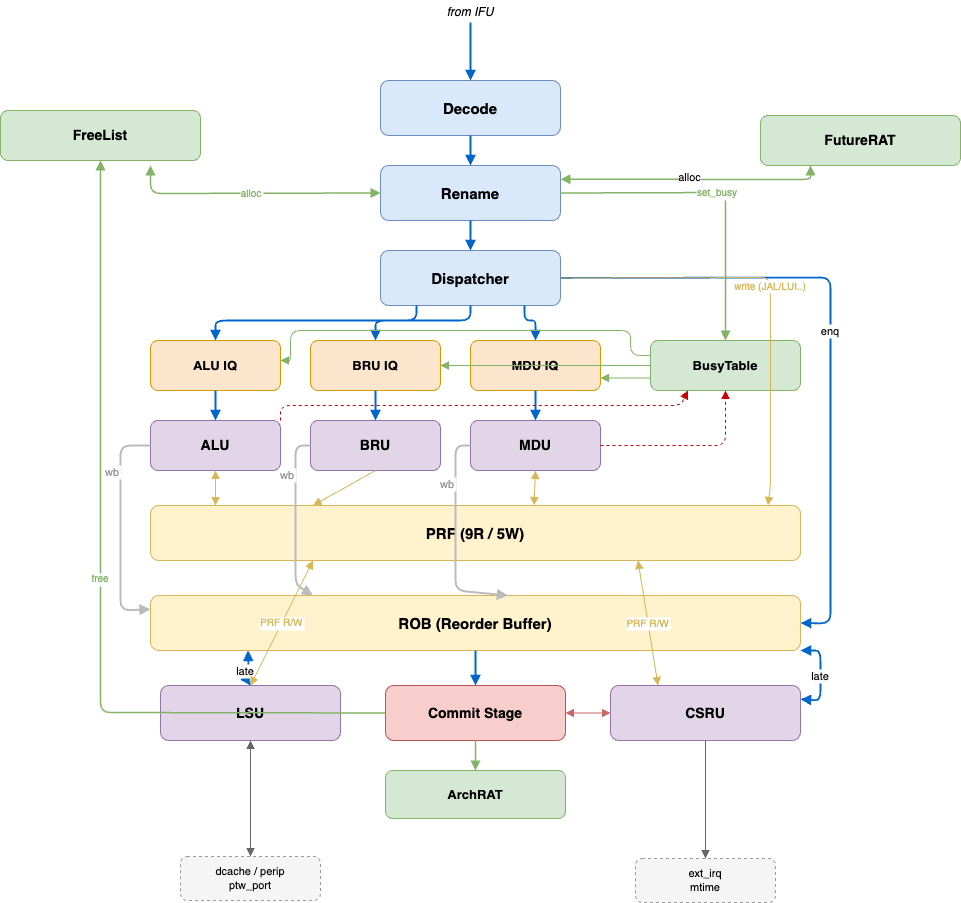
Earlier version of the draw.io export main/images/backend-arch.png (KINGFIOX/hitsz-bachelor-typst). Source tidied: cells renumbered, new cells last; positions are measured from the earlier drawing's top-left corner, leaving out a move shared by most shapes.
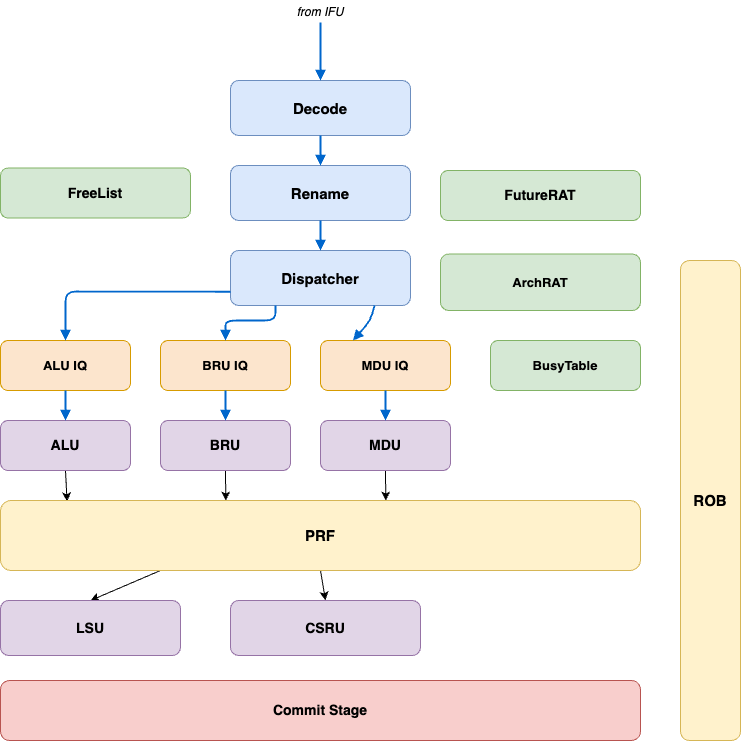
After the commit.

What changed in the source:
```diff
@@ -3,10 +3,10 @@
     <mxCell id="0" />
     <mxCell id="1" parent="0" />
     <mxCell id="2" value="FreeList" style="rounded=1;whiteSpace=wrap;fillColor=#d5e8d4;strokeColor=#82b366;fontSize=14;fontStyle=1;" parent="1" vertex="1">
-      <mxGeometry y="110" width="200" height="50" as="geometry" />
+      <mxGeometry x="150" y="167.5" width="190" height="50" as="geometry" />
     </mxCell>
     <mxCell id="3" value="FutureRAT" style="rounded=1;whiteSpace=wrap;fillColor=#d5e8d4;strokeColor=#82b366;fontSize=14;fontStyle=1;" parent="1" vertex="1">
-      <mxGeometry x="760" y="115" width="200" height="50" as="geometry" />
+      <mxGeometry x="590" y="170" width="200" height="50" as="geometry" />
     </mxCell>
     <mxCell id="4" value="from IFU" style="text;align=center;verticalAlign=middle;points=[];strokeColor=none;fillColor=none;fontSize=12;fontStyle=2;" parent="1" vertex="1">
       <mxGeometry x="410" width="120" height="22" as="geometry" />
@@ -30,41 +30,50 @@
       <mxGeometry x="470" y="340" width="130" height="50" as="geometry" />
     </mxCell>
     <mxCell id="11" value="BusyTable" style="rounded=1;whiteSpace=wrap;fillColor=#d5e8d4;strokeColor=#82b366;fontSize=13;fontStyle=1;" parent="1" vertex="1">
-      <mxGeometry x="650" y="340" width="150" height="50" as="geometry" />
+      <mxGeometry x="640" y="340" width="150" height="50" as="geometry" />
     </mxCell>
+    <mxCell id="36" style="edgeStyle=none;html=1;exitX=0.5;exitY=1;exitDx=0;exitDy=0;entryX=0.104;entryY=0.013;entryDx=0;entryDy=0;entryPerimeter=0;fillColor=#3333FF;" parent="1" edge="1" source="12" target="15">
+      <mxGeometry relative="1" as="geometry" />
+    </mxCell>
     <mxCell id="12" value="ALU" style="rounded=1;whiteSpace=wrap;fillColor=#e1d5e7;strokeColor=#9673a6;fontSize=14;fontStyle=1;" parent="1" vertex="1">
       <mxGeometry x="150" y="420" width="130" height="50" as="geometry" />
     </mxCell>
+    <mxCell id="37" style="edgeStyle=none;html=1;exitX=0.5;exitY=1;exitDx=0;exitDy=0;entryX=0.352;entryY=0;entryDx=0;entryDy=0;entryPerimeter=0;" parent="1" edge="1" source="13" target="15">
+      <mxGeometry relative="1" as="geometry" />
+    </mxCell>
     <mxCell id="13" value="BRU" style="rounded=1;whiteSpace=wrap;fillColor=#e1d5e7;strokeColor=#9673a6;fontSize=14;fontStyle=1;" parent="1" vertex="1">
       <mxGeometry x="310" y="420" width="130" height="50" as="geometry" />
     </mxCell>
+    <mxCell id="38" style="edgeStyle=none;html=1;exitX=0.5;exitY=1;exitDx=0;exitDy=0;entryX=0.602;entryY=0;entryDx=0;entryDy=0;entryPerimeter=0;" parent="1" edge="1" source="14" target="15">
+      <mxGeometry relative="1" as="geometry" />
+    </mxCell>
     <mxCell id="14" value="MDU" style="rounded=1;whiteSpace=wrap;fillColor=#e1d5e7;strokeColor=#9673a6;fontSize=14;fontStyle=1;" parent="1" vertex="1">
       <mxGeometry x="470" y="420" width="130" height="50" as="geometry" />
     </mxCell>
+    <mxCell id="59" style="edgeStyle=none;html=1;exitX=0.5;exitY=1;exitDx=0;exitDy=0;entryX=0.5;entryY=0;entryDx=0;entryDy=0;" parent="1" edge="1" source="15" target="19">
+      <mxGeometry relative="1" as="geometry" />
+    </mxCell>
+    <mxCell id="60" style="edgeStyle=none;html=1;exitX=0.25;exitY=1;exitDx=0;exitDy=0;entryX=0.5;entryY=0;entryDx=0;entryDy=0;" parent="1" edge="1" source="15" target="17">
+      <mxGeometry relative="1" as="geometry" />
+    </mxCell>
-    <mxCell id="15" value="PRF (9R / 5W)" style="rounded=1;whiteSpace=wrap;fillColor=#fff2cc;strokeColor=#d6b656;fontSize=15;fontStyle=1;" parent="1" vertex="1">
-      <mxGeometry x="150" y="505" width="650" height="55" as="geometry" />
+    <mxCell id="15" value="PRF" style="rounded=1;whiteSpace=wrap;fillColor=#fff2cc;strokeColor=#d6b656;fontSize=15;fontStyle=1;" parent="1" vertex="1">
+      <mxGeometry x="150" y="500" width="640" height="70" as="geometry" />
     </mxCell>
-    <mxCell id="16" value="ROB (Reorder Buffer)" style="rounded=1;whiteSpace=wrap;fillColor=#fff2cc;strokeColor=#d6b656;fontSize=15;fontStyle=1;" parent="1" vertex="1">
-      <mxGeometry x="150" y="595" width="650" height="55" as="geometry" />
+    <mxCell id="16" value="ROB" style="rounded=1;whiteSpace=wrap;fillColor=#fff2cc;strokeColor=#d6b656;fontSize=15;fontStyle=1;" parent="1" vertex="1">
+      <mxGeometry x="830" y="260" width="60" height="480" as="geometry" />
     </mxCell>
     <mxCell id="17" value="LSU" style="rounded=1;whiteSpace=wrap;fillColor=#e1d5e7;strokeColor=#9673a6;fontSize=14;fontStyle=1;" parent="1" vertex="1">
-      <mxGeometry x="160" y="685" width="180" height="55" as="geometry" />
+      <mxGeometry x="150" y="600" width="180" height="55" as="geometry" />
     </mxCell>
     <mxCell id="18" value="Commit Stage" style="rounded=1;whiteSpace=wrap;fillColor=#f8cecc;strokeColor=#b85450;fontSize=14;fontStyle=1;" parent="1" vertex="1">
-      <mxGeometry x="385" y="685" width="180" height="55" as="geometry" />
+      <mxGeometry x="150" y="680" width="640" height="60" as="geometry" />
     </mxCell>
     <mxCell id="19" value="CSRU" style="rounded=1;whiteSpace=wrap;fillColor=#e1d5e7;strokeColor=#9673a6;fontSize=14;fontStyle=1;" parent="1" vertex="1">
-      <mxGeometry x="610" y="685" width="190" height="55" as="geometry" />
+      <mxGeometry x="380" y="600" width="190" height="55" as="geometry" />
     </mxCell>
     <mxCell id="20" value="ArchRAT" style="rounded=1;whiteSpace=wrap;fillColor=#d5e8d4;strokeColor=#82b366;fontSize=13;fontStyle=1;" parent="1" vertex="1">
-      <mxGeometry x="385" y="770" width="180" height="48" as="geometry" />
+      <mxGeometry x="590" y="253.5" width="200" height="56.5" as="geometry" />
     </mxCell>
-    <mxCell id="21" value="dcache / perip&#10;ptw_port" style="rounded=1;whiteSpace=wrap;fillColor=#f5f5f5;strokeColor=#999999;fontSize=11;dashed=1;" parent="1" vertex="1">
-      <mxGeometry x="180" y="856" width="140" height="44" as="geometry" />
-    </mxCell>
-    <mxCell id="22" value="ext_irq&#10;mtime" style="rounded=1;whiteSpace=wrap;fillColor=#f5f5f5;strokeColor=#999999;fontSize=11;dashed=1;" parent="1" vertex="1">
-      <mxGeometry x="635" y="858" width="140" height="44" as="geometry" />
-    </mxCell>
     <mxCell id="23" style="endArrow=block;endFill=1;rounded=1;strokeWidth=1.8;strokeColor=#0066CC;" parent="1" edge="1" source="4" target="5">
       <mxGeometry relative="1" as="geometry" />
     </mxCell>
@@ -74,27 +83,26 @@
     <mxCell id="25" style="endArrow=block;endFill=1;rounded=1;strokeWidth=1.8;strokeColor=#0066CC;" parent="1" edge="1" source="6" target="7">
       <mxGeometry relative="1" as="geometry" />
     </mxCell>
-    <mxCell id="26" style="endArrow=block;endFill=1;rounded=1;strokeWidth=1.8;strokeColor=#0066CC;exitX=0.2;exitY=1;exitDx=0;exitDy=0;entryX=0.5;entryY=0;entryDx=0;entryDy=0;" parent="1" edge="1" source="7" target="8">
+    <mxCell id="26" style="endArrow=block;endFill=1;rounded=1;strokeWidth=1.8;strokeColor=#0066CC;exitX=0;exitY=0.75;exitDx=0;exitDy=0;entryX=0.5;entryY=0;entryDx=0;entryDy=0;" parent="1" edge="1" source="7" target="8">
       <mxGeometry relative="1" as="geometry">
         <Array as="points">
-          <mxPoint x="416" y="320" />
+          <mxPoint x="215" y="291" />
           <mxPoint x="215" y="320" />
         </Array>
       </mxGeometry>
     </mxCell>
-    <mxCell id="27" style="endArrow=block;endFill=1;rounded=1;strokeWidth=1.8;strokeColor=#0066CC;exitX=0.5;exitY=1;exitDx=0;exitDy=0;entryX=0.5;entryY=0;entryDx=0;entryDy=0;" parent="1" edge="1" source="7" target="9">
+    <mxCell id="27" style="endArrow=block;endFill=1;rounded=1;strokeWidth=1.8;strokeColor=#0066CC;exitX=0.25;exitY=1;exitDx=0;exitDy=0;entryX=0.5;entryY=0;entryDx=0;entryDy=0;" parent="1" edge="1" source="7" target="9">
       <mxGeometry relative="1" as="geometry">
         <Array as="points">
-          <mxPoint x="470" y="320" />
+          <mxPoint x="425" y="320" />
           <mxPoint x="375" y="320" />
         </Array>
       </mxGeometry>
     </mxCell>
-    <mxCell id="28" style="endArrow=block;endFill=1;rounded=1;strokeWidth=1.8;strokeColor=#0066CC;exitX=0.8;exitY=1;exitDx=0;exitDy=0;entryX=0.5;entryY=0;entryDx=0;entryDy=0;" parent="1" edge="1" source="7" target="10">
+    <mxCell id="28" style="endArrow=block;endFill=1;rounded=1;strokeWidth=1.8;strokeColor=#0066CC;exitX=0.8;exitY=1;exitDx=0;exitDy=0;entryX=0.25;entryY=0;entryDx=0;entryDy=0;" parent="1" edge="1" source="7" target="10">
       <mxGeometry relative="1" as="geometry">
         <Array as="points">
-          <mxPoint x="524" y="320" />
-          <mxPoint x="535" y="320" />
+          <mxPoint x="520" y="320" />
         </Array>
       </mxGeometry>
     </mxCell>
@@ -107,156 +115,5 @@
     <mxCell id="31" style="endArrow=block;endFill=1;rounded=1;strokeWidth=1.8;strokeColor=#0066CC;" parent="1" edge="1" source="10" target="14">
       <mxGeometry relative="1" as="geometry" />
     </mxCell>
-    <mxCell id="32" value="enq" style="endArrow=block;endFill=1;rounded=1;strokeWidth=1.8;strokeColor=#0066CC;exitX=1;exitY=0.5;exitDx=0;exitDy=0;entryX=1;entryY=0.5;entryDx=0;entryDy=0;fontSize=11;" parent="1" edge="1" source="7" target="16">
-      <mxGeometry relative="1" as="geometry">
-        <Array as="points">
-          <mxPoint x="830" y="277" />
-          <mxPoint x="830" y="623" />
-        </Array>
-      </mxGeometry>
-    </mxCell>
-    <mxCell id="33" value="wb" style="endArrow=block;endFill=1;rounded=1;strokeWidth=2;strokeColor=#BBBBBB;exitX=0;exitY=0.5;exitDx=0;exitDy=0;entryX=0;entryY=0.25;entryDx=0;entryDy=0;fontSize=11;fontColor=#999999;" parent="1" edge="1" source="12" target="16">
-      <mxGeometry x="-0.5" y="-8" relative="1" as="geometry">
-        <Array as="points">
-          <mxPoint x="120" y="445" />
-          <mxPoint x="120" y="610" />
-        </Array>
-      </mxGeometry>
-    </mxCell>
-    <mxCell id="34" value="wb" style="endArrow=block;endFill=1;rounded=1;strokeWidth=2;strokeColor=#BBBBBB;exitX=0;exitY=0.5;exitDx=0;exitDy=0;entryX=0.25;entryY=0;entryDx=0;entryDy=0;fontSize=11;fontColor=#999999;" parent="1" edge="1" source="13" target="16">
-      <mxGeometry x="-0.5" y="-8" relative="1" as="geometry">
-        <Array as="points">
-          <mxPoint x="295" y="445" />
-          <mxPoint x="295" y="584" />
-        </Array>
-      </mxGeometry>
-    </mxCell>
-    <mxCell id="35" value="wb" style="endArrow=block;endFill=1;rounded=1;strokeWidth=2;strokeColor=#BBBBBB;exitX=0;exitY=0.5;exitDx=0;exitDy=0;entryX=0.55;entryY=0;entryDx=0;entryDy=0;fontSize=11;fontColor=#999999;" parent="1" edge="1" source="14" target="16">
-      <mxGeometry x="-0.5" y="-8" relative="1" as="geometry">
-        <Array as="points">
-          <mxPoint x="455" y="445" />
-          <mxPoint x="455" y="590" />
-        </Array>
-      </mxGeometry>
-    </mxCell>
-    <mxCell id="36" style="endArrow=block;endFill=1;startArrow=block;startFill=1;rounded=1;strokeColor=#d6b656;exitX=0.5;exitY=1;exitDx=0;exitDy=0;entryX=0.1;entryY=0;entryDx=0;entryDy=0;" parent="1" edge="1" source="12" target="15">
-      <mxGeometry relative="1" as="geometry" />
-    </mxCell>
-    <mxCell id="37" style="endArrow=block;endFill=1;rounded=1;strokeColor=#d6b656;exitX=0.5;exitY=1;exitDx=0;exitDy=0;entryX=0.25;entryY=0;entryDx=0;entryDy=0;" parent="1" edge="1" source="13" target="15">
-      <mxGeometry relative="1" as="geometry" />
-    </mxCell>
-    <mxCell id="38" style="endArrow=block;endFill=1;startArrow=block;startFill=1;rounded=1;strokeColor=#d6b656;exitX=0.5;exitY=1;exitDx=0;exitDy=0;entryX=0.59;entryY=0;entryDx=0;entryDy=0;" parent="1" edge="1" source="14" target="15">
-      <mxGeometry relative="1" as="geometry" />
-    </mxCell>
-    <mxCell id="39" value="write (JAL/LUI..)" style="endArrow=block;endFill=1;rounded=1;strokeColor=#d6b656;exitX=1;exitY=0.5;exitDx=0;exitDy=0;entryX=0.95;entryY=0;entryDx=0;entryDy=0;fontSize=10;fontColor=#d6b656;" parent="1" edge="1" source="7" target="15">
-      <mxGeometry relative="1" as="geometry">
-        <Array as="points">
-          <mxPoint x="770" y="277" />
-          <mxPoint x="770" y="485" />
-        </Array>
-      </mxGeometry>
-    </mxCell>
-    <mxCell id="40" value="late" style="endArrow=block;endFill=1;startArrow=block;startFill=1;rounded=1;strokeWidth=1.8;strokeColor=#0066CC;exitX=0.15;exitY=1;exitDx=0;exitDy=0;entryX=0.5;entryY=0;entryDx=0;entryDy=0;fontSize=11;" parent="1" edge="1" source="16" target="17">
-      <mxGeometry relative="1" as="geometry">
-        <Array as="points">
-          <mxPoint x="248" y="670" />
-          <mxPoint x="240" y="670" />
-        </Array>
-      </mxGeometry>
-    </mxCell>
-    <mxCell id="41" value="late" style="endArrow=block;endFill=1;startArrow=block;startFill=1;rounded=1;strokeWidth=1.8;strokeColor=#0066CC;exitX=1;exitY=1;exitDx=0;exitDy=0;entryX=1;entryY=0.25;entryDx=0;entryDy=0;fontSize=11;" parent="1" edge="1" source="16" target="19">
-      <mxGeometry relative="1" as="geometry">
-        <Array as="points">
-          <mxPoint x="820" y="650" />
-          <mxPoint x="820" y="700" />
-        </Array>
-      </mxGeometry>
-    </mxCell>
-    <mxCell id="42" style="endArrow=block;endFill=1;rounded=1;strokeWidth=1.8;strokeColor=#0066CC;exitX=0.5;exitY=1;exitDx=0;exitDy=0;entryX=0.5;entryY=0;entryDx=0;entryDy=0;" parent="1" edge="1" source="16" target="18">
-      <mxGeometry relative="1" as="geometry" />
-    </mxCell>
-    <mxCell id="43" style="endArrow=block;endFill=1;startArrow=block;startFill=1;rounded=1;strokeColor=#CC6666;exitX=1;exitY=0.5;exitDx=0;exitDy=0;entryX=0;entryY=0.5;entryDx=0;entryDy=0;" parent="1" edge="1" source="18" target="19">
-      <mxGeometry relative="1" as="geometry" />
-    </mxCell>
-    <mxCell id="44" style="endArrow=block;endFill=1;startArrow=block;startFill=1;rounded=1;strokeColor=#82b366;strokeWidth=1.5;exitX=1;exitY=0.25;exitDx=0;exitDy=0;entryX=0.25;entryY=1;entryDx=0;entryDy=0;" parent="1" edge="1" source="6" target="3">
-      <mxGeometry relative="1" as="geometry">
-        <Array as="points">
-          <mxPoint x="810" y="179" />
-        </Array>
-      </mxGeometry>
-    </mxCell>
-    <mxCell id="45" value="alloc" style="edgeLabel;html=1;align=center;verticalAlign=middle;" parent="44" vertex="1">
-      <mxGeometry x="-0.03" y="2" relative="1" as="geometry" />
-    </mxCell>
-    <mxCell id="46" value="alloc" style="endArrow=block;endFill=1;startArrow=block;startFill=1;rounded=1;strokeColor=#82b366;strokeWidth=1.5;exitX=0;exitY=0.5;exitDx=0;exitDy=0;fontSize=10;fontColor=#82b366;" parent="1" edge="1" source="6">
-      <mxGeometry relative="1" as="geometry">
-        <mxPoint x="150" y="165" as="targetPoint" />
-        <Array as="points">
-          <mxPoint x="150" y="193" />
-        </Array>
-      </mxGeometry>
-    </mxCell>
-    <mxCell id="47" style="endArrow=block;endFill=1;rounded=1;strokeColor=#82b366;strokeWidth=1.5;exitX=0.5;exitY=1;exitDx=0;exitDy=0;entryX=0.5;entryY=0;entryDx=0;entryDy=0;" parent="1" edge="1" source="18" target="20">
-      <mxGeometry relative="1" as="geometry" />
-    </mxCell>
-    <mxCell id="48" value="free" style="endArrow=block;endFill=1;rounded=1;strokeColor=#82b366;strokeWidth=1.5;exitX=0;exitY=0.5;exitDx=0;exitDy=0;fontSize=10;fontColor=#82b366;" parent="1" edge="1" source="18" target="2">
-      <mxGeometry relative="1" as="geometry">
-        <Array as="points">
-          <mxPoint x="100" y="712" />
-        </Array>
-      </mxGeometry>
-    </mxCell>
-    <mxCell id="49" style="endArrow=block;endFill=1;rounded=1;strokeColor=#82b366;exitX=0;exitY=0.3;exitDx=0;exitDy=0;entryX=1;entryY=0.4;entryDx=0;entryDy=0;" parent="1" edge="1" source="11" target="8">
-      <mxGeometry relative="1" as="geometry">
-        <Array as="points">
-          <mxPoint x="630" y="355" />
-          <mxPoint x="630" y="330" />
-          <mxPoint x="290" y="330" />
-          <mxPoint x="290" y="360" />
-        </Array>
-      </mxGeometry>
-    </mxCell>
-    <mxCell id="50" style="endArrow=block;endFill=1;rounded=1;strokeColor=#82b366;exitX=0;exitY=0.5;exitDx=0;exitDy=0;entryX=1;entryY=0.5;entryDx=0;entryDy=0;" parent="1" edge="1" source="11" target="9">
-      <mxGeometry relative="1" as="geometry" />
-    </mxCell>
-    <mxCell id="51" style="endArrow=block;endFill=1;rounded=1;strokeColor=#82b366;exitX=0;exitY=0.75;exitDx=0;exitDy=0;entryX=1;entryY=0.75;entryDx=0;entryDy=0;" parent="1" edge="1" source="11" target="10">
-      <mxGeometry relative="1" as="geometry" />
-    </mxCell>
-    <mxCell id="52" value="set_busy" style="endArrow=block;endFill=1;rounded=1;strokeColor=#82b366;strokeWidth=1.5;exitX=1;exitY=0.5;exitDx=0;exitDy=0;entryX=0.5;entryY=0;entryDx=0;entryDy=0;fontSize=10;fontColor=#82b366;" parent="1" edge="1" source="6" target="11">
-      <mxGeometry relative="1" as="geometry">
-        <Array as="points">
-          <mxPoint x="725" y="192" />
-          <mxPoint x="725" y="330" />
-        </Array>
-      </mxGeometry>
-    </mxCell>
-    <mxCell id="53" value="PRF R/W" style="endArrow=block;endFill=1;startArrow=block;startFill=1;rounded=1;strokeColor=#d6b656;exitX=0.5;exitY=0;exitDx=0;exitDy=0;fontSize=10;fontColor=#d6b656;entryX=0.25;entryY=1;entryDx=0;entryDy=0;" parent="1" edge="1" source="17" target="15">
-      <mxGeometry relative="1" as="geometry" />
-    </mxCell>
-    <mxCell id="54" value="PRF R/W" style="endArrow=block;endFill=1;startArrow=block;startFill=1;rounded=1;strokeColor=#d6b656;exitX=0.25;exitY=0;exitDx=0;exitDy=0;fontSize=10;fontColor=#d6b656;entryX=0.75;entryY=1;entryDx=0;entryDy=0;" parent="1" edge="1" source="19" target="15">
-      <mxGeometry relative="1" as="geometry" />
-    </mxCell>
-    <mxCell id="55" style="endArrow=block;endFill=1;startArrow=block;startFill=1;rounded=1;strokeColor=#666666;exitX=0.5;exitY=1;exitDx=0;exitDy=0;entryX=0.5;entryY=0;entryDx=0;entryDy=0;" parent="1" edge="1" source="17" target="21">
-      <mxGeometry relative="1" as="geometry" />
-    </mxCell>
-    <mxCell id="56" style="endArrow=block;endFill=1;rounded=1;strokeColor=#666666;exitX=0.5;exitY=1;exitDx=0;exitDy=0;entryX=0.5;entryY=0;entryDx=0;entryDy=0;" parent="1" edge="1" source="19" target="22">
-      <mxGeometry relative="1" as="geometry" />
-    </mxCell>
-    <mxCell id="57" style="dashed=1;endArrow=block;endFill=1;rounded=1;strokeColor=#CC0000;exitX=1;exitY=0;exitDx=0;exitDy=0;entryX=0.25;entryY=1;entryDx=0;entryDy=0;" parent="1" edge="1" source="12" target="11">
-      <mxGeometry relative="1" as="geometry">
-        <Array as="points">
-          <mxPoint x="280" y="405" />
-          <mxPoint x="610" y="405" />
-          <mxPoint x="680" y="405" />
-        </Array>
-      </mxGeometry>
-    </mxCell>
-    <mxCell id="58" style="dashed=1;endArrow=block;endFill=1;rounded=1;strokeColor=#CC0000;exitX=1;exitY=0.5;exitDx=0;exitDy=0;entryX=0.5;entryY=1;entryDx=0;entryDy=0;" parent="1" edge="1" source="14" target="11">
-      <mxGeometry relative="1" as="geometry">
-        <Array as="points">
-          <mxPoint x="725" y="445" />
-        </Array>
-      </mxGeometry>
-    </mxCell>
   </root>
 </mxGraphModel>
```
